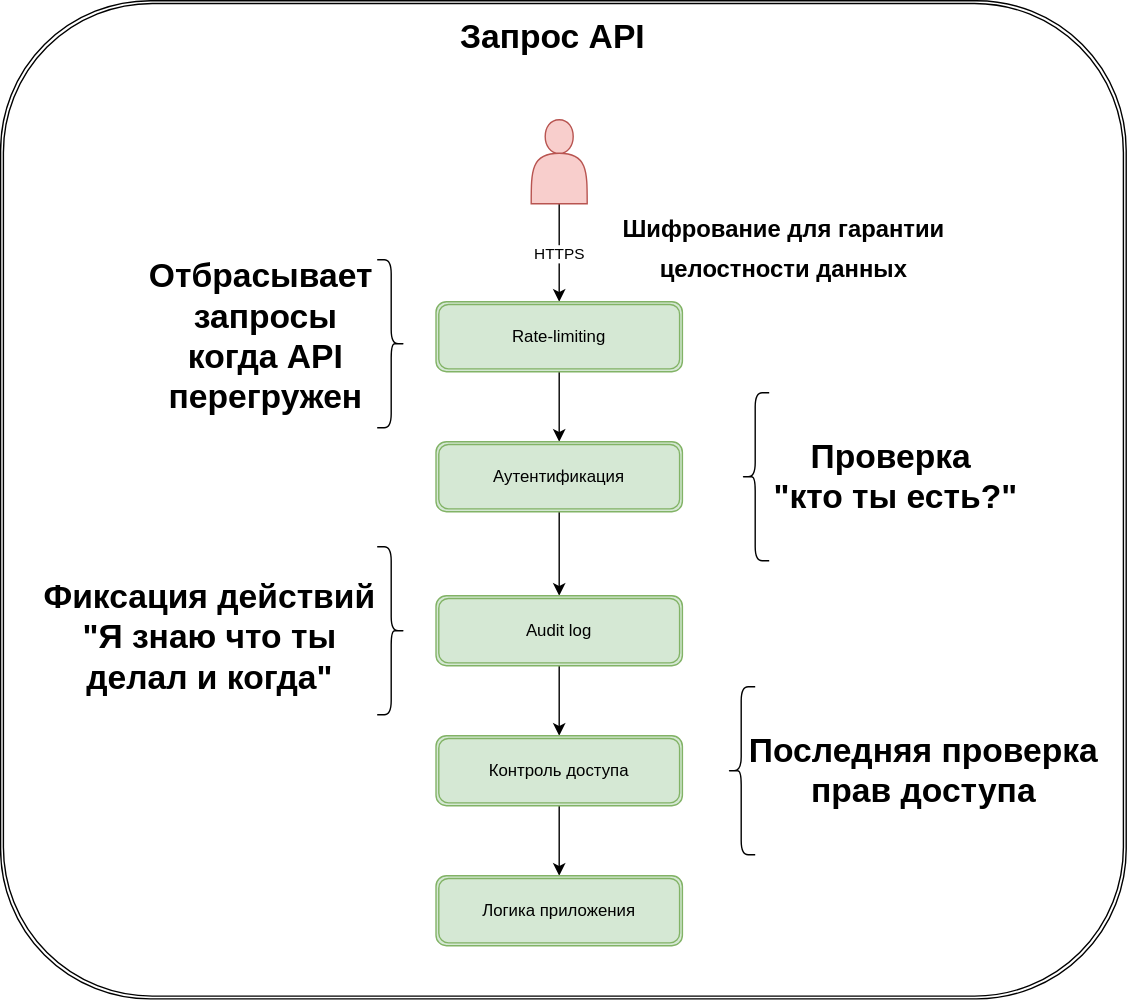
Before: API/api.svg, a diagram exported from draw.io (soerdev/infographic). Source tidied: cells renumbered, new cells last; positions are measured from the earlier drawing's top-left corner, leaving out a move shared by most shapes.
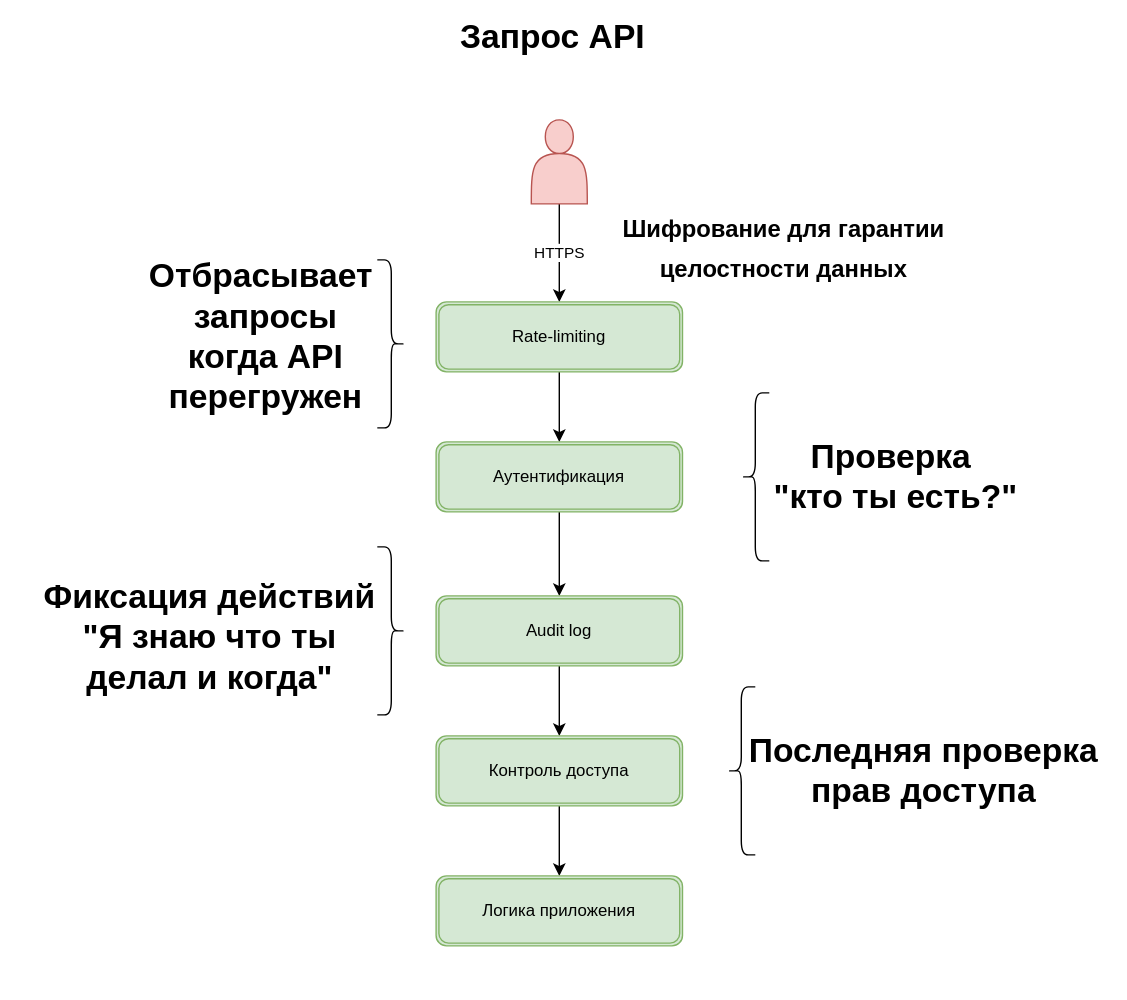
Later version of the same file.

The edit, as a diff of the source:
```diff
@@ -2,7 +2,7 @@
   <root>
     <mxCell id="0" />
     <mxCell id="1" parent="0" />
-    <mxCell id="2" style="shape=ext;double=1;rounded=1;whiteSpace=wrap;html=1;" parent="1" vertex="1">
+    <mxCell id="2" style="shape=ext;double=1;rounded=1;whiteSpace=wrap;html=1;strokeColor=none;" parent="1" vertex="1">
       <mxGeometry width="804" height="713" as="geometry" />
     </mxCell>
     <mxCell id="3" value="HTTPS" style="edgeStyle=orthogonalEdgeStyle;rounded=0;jettySize=auto;html=1;" parent="1" edge="1" source="4" target="6">
```
